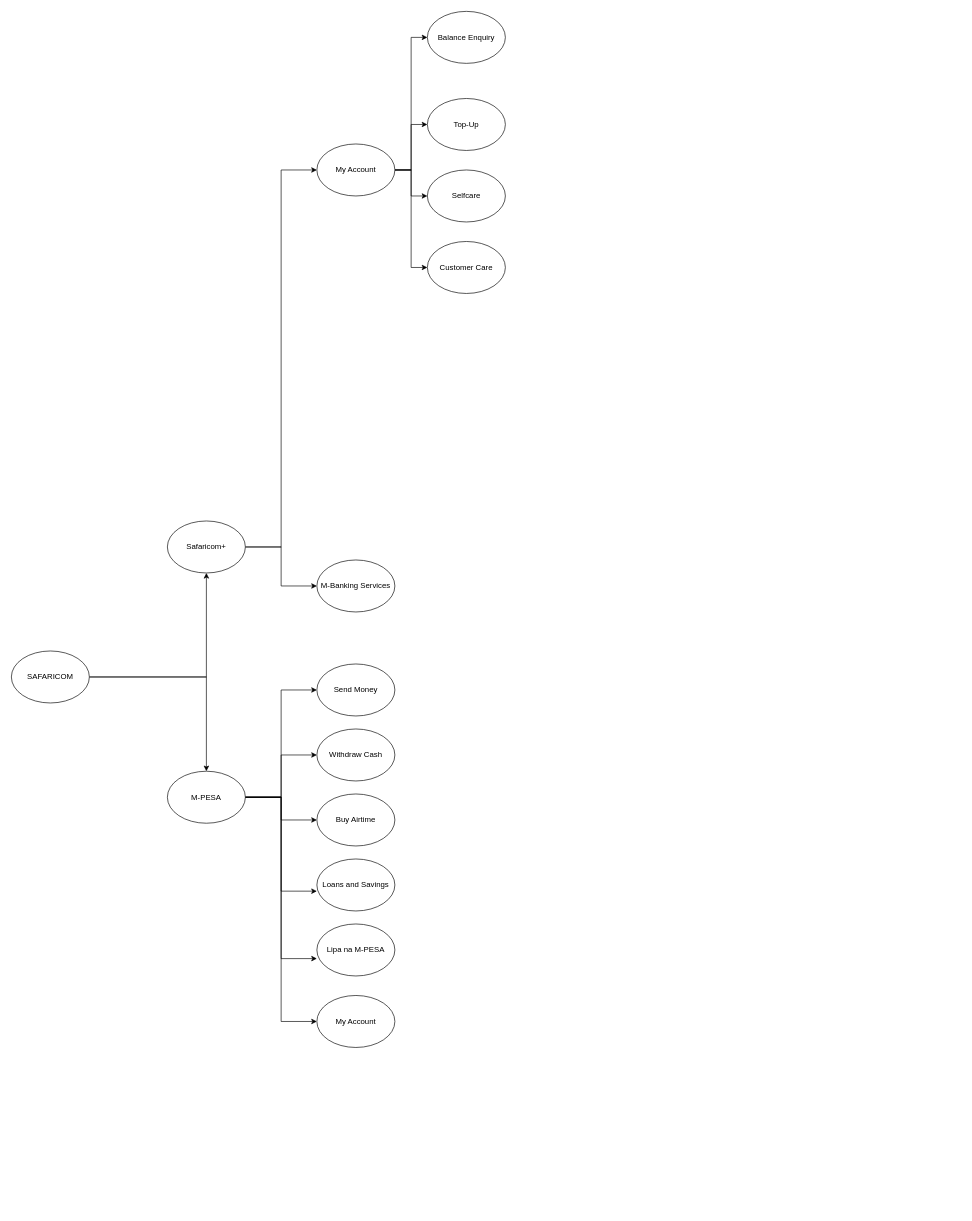
Before: saf.drawio in blacksnowmartin/MullaPay, a draw.io diagram. Source tidied: cells renumbered, new cells numbered last; positions are measured from the earlier drawing's top-left corner, leaving out a move shared by most shapes. Both pictures are drawn from the tidied source at 65%, with x=0, y=0 at pixel (11, 11).
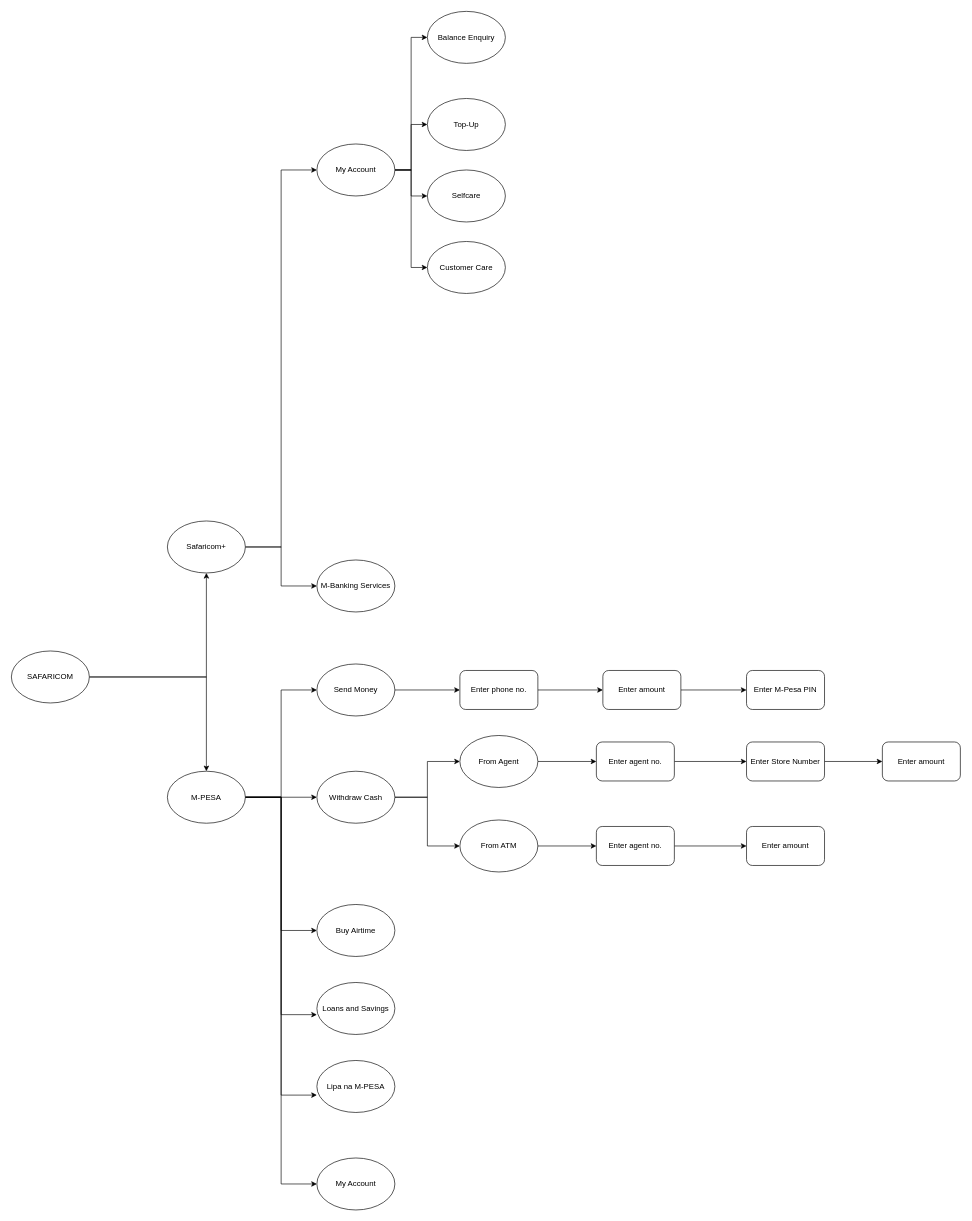
The same page after the edit.

Unchanged cells that the change refers to:
```xml
<mxCell id="9" value="M-PESA" style="ellipse;whiteSpace=wrap;html=1;" parent="1" vertex="1">
  <mxGeometry x="240" y="1169" width="120" height="80" as="geometry" />
</mxCell>
<mxCell id="23" value="Send Money" style="ellipse;whiteSpace=wrap;html=1;" parent="1" vertex="1">
  <mxGeometry x="470" y="1004" width="120" height="80" as="geometry" />
</mxCell>
```

What changed in the source:
```diff
@@
+    <mxCell id="8" style="edgeStyle=orthogonalEdgeStyle;rounded=0;jettySize=auto;html=1;exitX=1;exitY=0.5;exitDx=0;exitDy=0;entryX=0;entryY=0.5;entryDx=0;entryDy=0;" parent="1" edge="1" source="9" target="24">
+      <mxGeometry relative="1" as="geometry" />
+    </mxCell>
-    <mxCell id="7" style="edgeStyle=orthogonalEdgeStyle;rounded=0;jettySize=auto;html=1;exitX=1;exitY=0.5;exitDx=0;exitDy=0;" parent="1" edge="1" source="9" target="21">
+    <mxCell id="7" style="edgeStyle=orthogonalEdgeStyle;rounded=0;jettySize=auto;html=1;exitX=1;exitY=0.5;exitDx=0;exitDy=0;entryX=0;entryY=0.5;entryDx=0;entryDy=0;" parent="1" edge="1" source="9" target="21">
       <mxGeometry relative="1" as="geometry" />
     </mxCell>
-    <mxCell id="8" style="edgeStyle=orthogonalEdgeStyle;rounded=0;jettySize=auto;html=1;exitX=1;exitY=0.5;exitDx=0;exitDy=0;entryX=0;entryY=0.5;entryDx=0;entryDy=0;" parent="1" edge="1" source="9" target="24">
-      <mxGeometry relative="1" as="geometry" />
-    </mxCell>
@@
+    <mxCell id="31" style="edgeStyle=orthogonalEdgeStyle;rounded=0;jettySize=auto;html=1;exitX=1;exitY=0.5;exitDx=0;exitDy=0;entryX=0;entryY=0.5;entryDx=0;entryDy=0;" parent="1" edge="1" source="18" target="40">
+      <mxGeometry relative="1" as="geometry" />
+    </mxCell>
+    <mxCell id="32" style="edgeStyle=orthogonalEdgeStyle;rounded=0;jettySize=auto;html=1;exitX=1;exitY=0.5;exitDx=0;exitDy=0;" parent="1" edge="1" source="18" target="42">
+      <mxGeometry relative="1" as="geometry" />
+    </mxCell>
     <mxCell id="18" value="Withdraw Cash" style="ellipse;whiteSpace=wrap;html=1;" parent="1" vertex="1">
-      <mxGeometry x="470" y="1104" width="120" height="80" as="geometry" />
+      <mxGeometry x="470" y="1169" width="120" height="80" as="geometry" />
     </mxCell>
     <mxCell id="19" value="Lipa na M-PESA" style="ellipse;whiteSpace=wrap;html=1;" parent="1" vertex="1">
-      <mxGeometry x="470" y="1404" width="120" height="80" as="geometry" />
+      <mxGeometry x="470" y="1614" width="120" height="80" as="geometry" />
     </mxCell>
@@
     <mxCell id="21" value="Buy Airtime" style="ellipse;whiteSpace=wrap;html=1;" parent="1" vertex="1">
-      <mxGeometry x="470" y="1204" width="120" height="80" as="geometry" />
+      <mxGeometry x="470" y="1374" width="120" height="80" as="geometry" />
     </mxCell>
     <mxCell id="22" value="Loans and Savings" style="ellipse;whiteSpace=wrap;html=1;" parent="1" vertex="1">
-      <mxGeometry x="470" y="1304" width="120" height="80" as="geometry" />
+      <mxGeometry x="470" y="1494" width="120" height="80" as="geometry" />
     </mxCell>
+    <mxCell id="33" style="edgeStyle=orthogonalEdgeStyle;rounded=0;jettySize=auto;html=1;exitX=1;exitY=0.5;exitDx=0;exitDy=0;entryX=0;entryY=0.5;entryDx=0;entryDy=0;" parent="1" edge="1" source="23" target="35">
+      <mxGeometry relative="1" as="geometry" />
+    </mxCell>
@@
     <mxCell id="24" value="My Account" style="ellipse;whiteSpace=wrap;html=1;" parent="1" vertex="1">
-      <mxGeometry x="470" y="1514" width="120" height="80" as="geometry" />
+      <mxGeometry x="470" y="1764" width="120" height="80" as="geometry" />
     </mxCell>
@@
+    <mxCell id="34" style="edgeStyle=orthogonalEdgeStyle;rounded=0;jettySize=auto;html=1;exitX=1;exitY=0.5;exitDx=0;exitDy=0;entryX=0;entryY=0.5;entryDx=0;entryDy=0;" parent="1" edge="1" source="35" target="37">
+      <mxGeometry relative="1" as="geometry" />
+    </mxCell>
+    <mxCell id="35" value="Enter phone no." style="rounded=1;whiteSpace=wrap;html=1;" parent="1" vertex="1">
+      <mxGeometry x="690" y="1014" width="120" height="60" as="geometry" />
+    </mxCell>
+    <mxCell id="36" style="edgeStyle=orthogonalEdgeStyle;rounded=0;jettySize=auto;html=1;exitX=1;exitY=0.5;exitDx=0;exitDy=0;entryX=0;entryY=0.5;entryDx=0;entryDy=0;" parent="1" edge="1" source="37" target="38">
+      <mxGeometry relative="1" as="geometry" />
+    </mxCell>
+    <mxCell id="37" value="Enter amount" style="rounded=1;whiteSpace=wrap;html=1;" parent="1" vertex="1">
+      <mxGeometry x="910" y="1014" width="120" height="60" as="geometry" />
+    </mxCell>
+    <mxCell id="38" value="Enter M-Pesa PIN" style="rounded=1;whiteSpace=wrap;html=1;" parent="1" vertex="1">
+      <mxGeometry x="1131" y="1014" width="120" height="60" as="geometry" />
+    </mxCell>
+    <mxCell id="39" style="edgeStyle=orthogonalEdgeStyle;rounded=0;jettySize=auto;html=1;exitX=1;exitY=0.5;exitDx=0;exitDy=0;" parent="1" edge="1" source="40" target="44">
+      <mxGeometry relative="1" as="geometry" />
+    </mxCell>
+    <mxCell id="40" value="From Agent" style="ellipse;whiteSpace=wrap;html=1;" parent="1" vertex="1">
+      <mxGeometry x="690" y="1114" width="120" height="80" as="geometry" />
+    </mxCell>
+    <mxCell id="41" style="edgeStyle=orthogonalEdgeStyle;rounded=0;jettySize=auto;html=1;exitX=1;exitY=0.5;exitDx=0;exitDy=0;entryX=0;entryY=0.5;entryDx=0;entryDy=0;" parent="1" edge="1" source="42" target="46">
+      <mxGeometry relative="1" as="geometry" />
+    </mxCell>
+    <mxCell id="42" value="From ATM" style="ellipse;whiteSpace=wrap;html=1;" parent="1" vertex="1">
+      <mxGeometry x="690" y="1244" width="120" height="80" as="geometry" />
+    </mxCell>
+    <mxCell id="43" style="edgeStyle=orthogonalEdgeStyle;rounded=0;jettySize=auto;html=1;exitX=1;exitY=0.5;exitDx=0;exitDy=0;entryX=0;entryY=0.5;entryDx=0;entryDy=0;" parent="1" edge="1" source="44" target="48">
+      <mxGeometry relative="1" as="geometry" />
+    </mxCell>
+    <mxCell id="44" value="Enter agent no." style="rounded=1;whiteSpace=wrap;html=1;" parent="1" vertex="1">
+      <mxGeometry x="900" y="1124" width="120" height="60" as="geometry" />
+    </mxCell>
+    <mxCell id="45" style="edgeStyle=orthogonalEdgeStyle;rounded=0;jettySize=auto;html=1;exitX=1;exitY=0.5;exitDx=0;exitDy=0;entryX=0;entryY=0.5;entryDx=0;entryDy=0;" parent="1" edge="1" source="46" target="49">
+      <mxGeometry relative="1" as="geometry" />
+    </mxCell>
+    <mxCell id="46" value="Enter agent no." style="rounded=1;whiteSpace=wrap;html=1;" parent="1" vertex="1">
+      <mxGeometry x="900" y="1254" width="120" height="60" as="geometry" />
+    </mxCell>
+    <mxCell id="47" style="edgeStyle=orthogonalEdgeStyle;rounded=0;jettySize=auto;html=1;exitX=1;exitY=0.5;exitDx=0;exitDy=0;entryX=0;entryY=0.5;entryDx=0;entryDy=0;" parent="1" edge="1" source="48" target="50">
+      <mxGeometry relative="1" as="geometry" />
+    </mxCell>
+    <mxCell id="48" value="Enter Store Number" style="rounded=1;whiteSpace=wrap;html=1;" parent="1" vertex="1">
+      <mxGeometry x="1131" y="1124" width="120" height="60" as="geometry" />
+    </mxCell>
+    <mxCell id="49" value="Enter amount" style="rounded=1;whiteSpace=wrap;html=1;" parent="1" vertex="1">
+      <mxGeometry x="1131" y="1254" width="120" height="60" as="geometry" />
+    </mxCell>
+    <mxCell id="50" value="Enter amount" style="rounded=1;whiteSpace=wrap;html=1;" parent="1" vertex="1">
+      <mxGeometry x="1340" y="1124" width="120" height="60" as="geometry" />
+    </mxCell>
```
